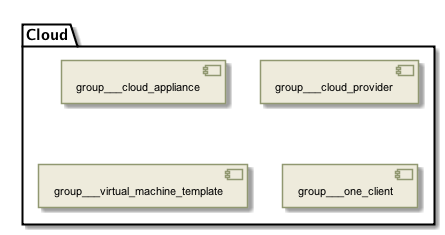
Above: _images/plantuml-a5ba6e2e2be3eef930da9311f255e1180f4eff3d.png in Terradue/doc-tep-geohazards-arch (PlantUML), before the change.
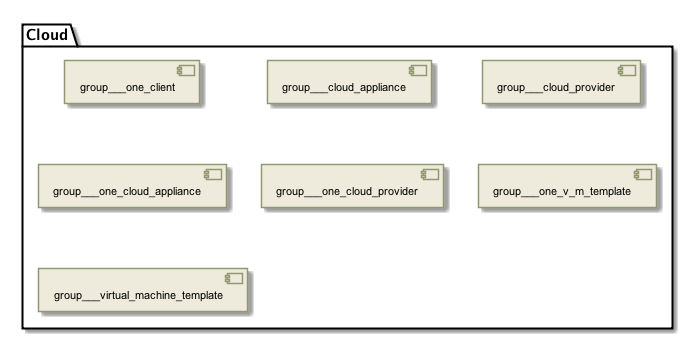
The same file after the commit.

Diff of the diagram source:
```diff
@@ -137,10 +137,13 @@
 skinparam backgroundColor #FFFFFF
 skinparam componentStyle uml2
 folder "Cloud" [[../computational/components/group___cloud.html]] {
+[group___one_client]
 [group___cloud_appliance]
 [group___cloud_provider]
+[group___one_cloud_appliance]
+[group___one_cloud_provider]
+[group___one_v_m_template]
 [group___virtual_machine_template]
-[group___one_client]
 }
 
 @enduml
```
